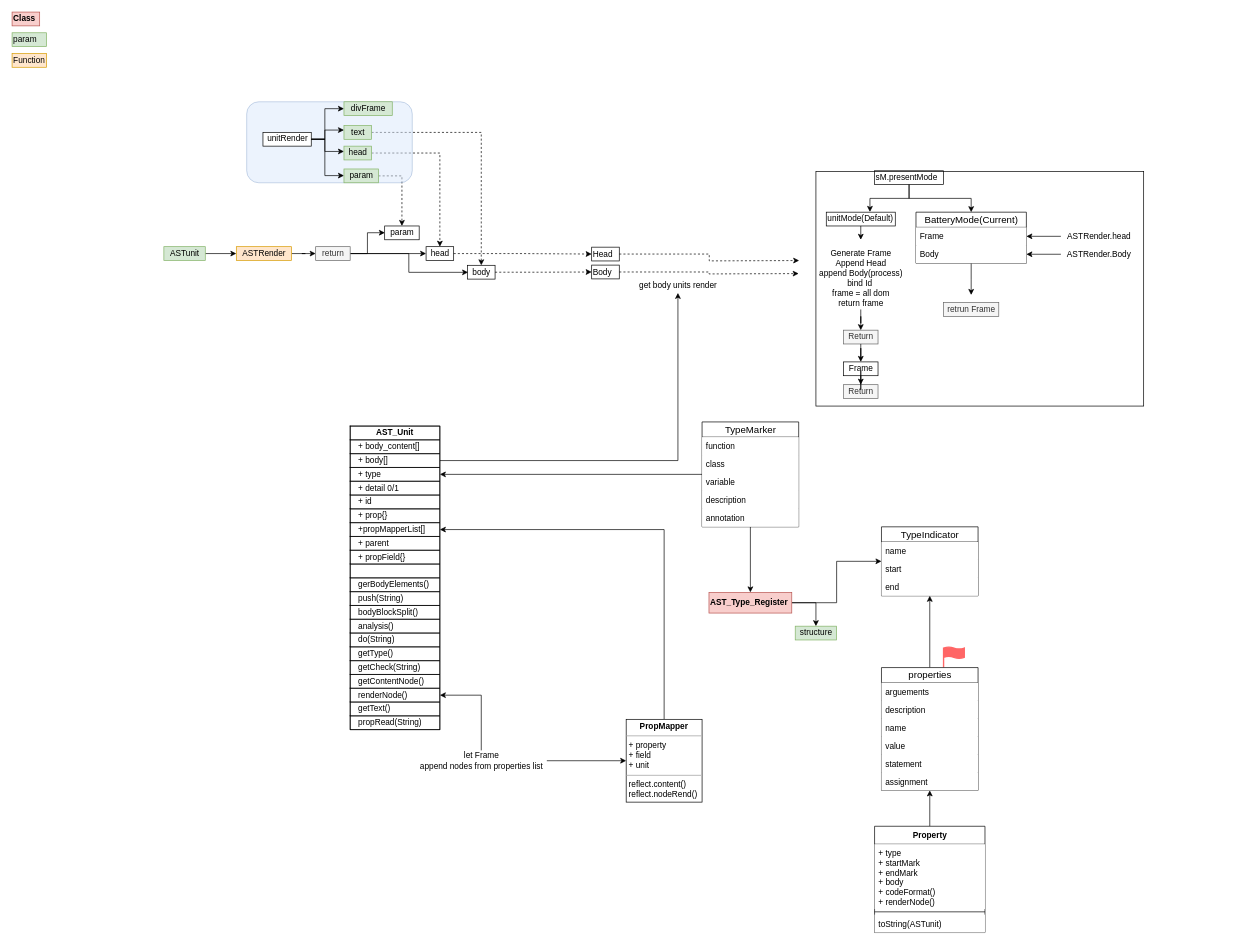
Earlier version of the draw.io diagram Scode.drawio (GitSamson/Scode). Source tidied: cells renumbered, new cells numbered last; positions are measured from the earlier drawing's top-left corner, leaving out a move shared by most shapes. Both pictures are drawn from the tidied source at 69%, with x=0, y=0 at pixel (12, 12).
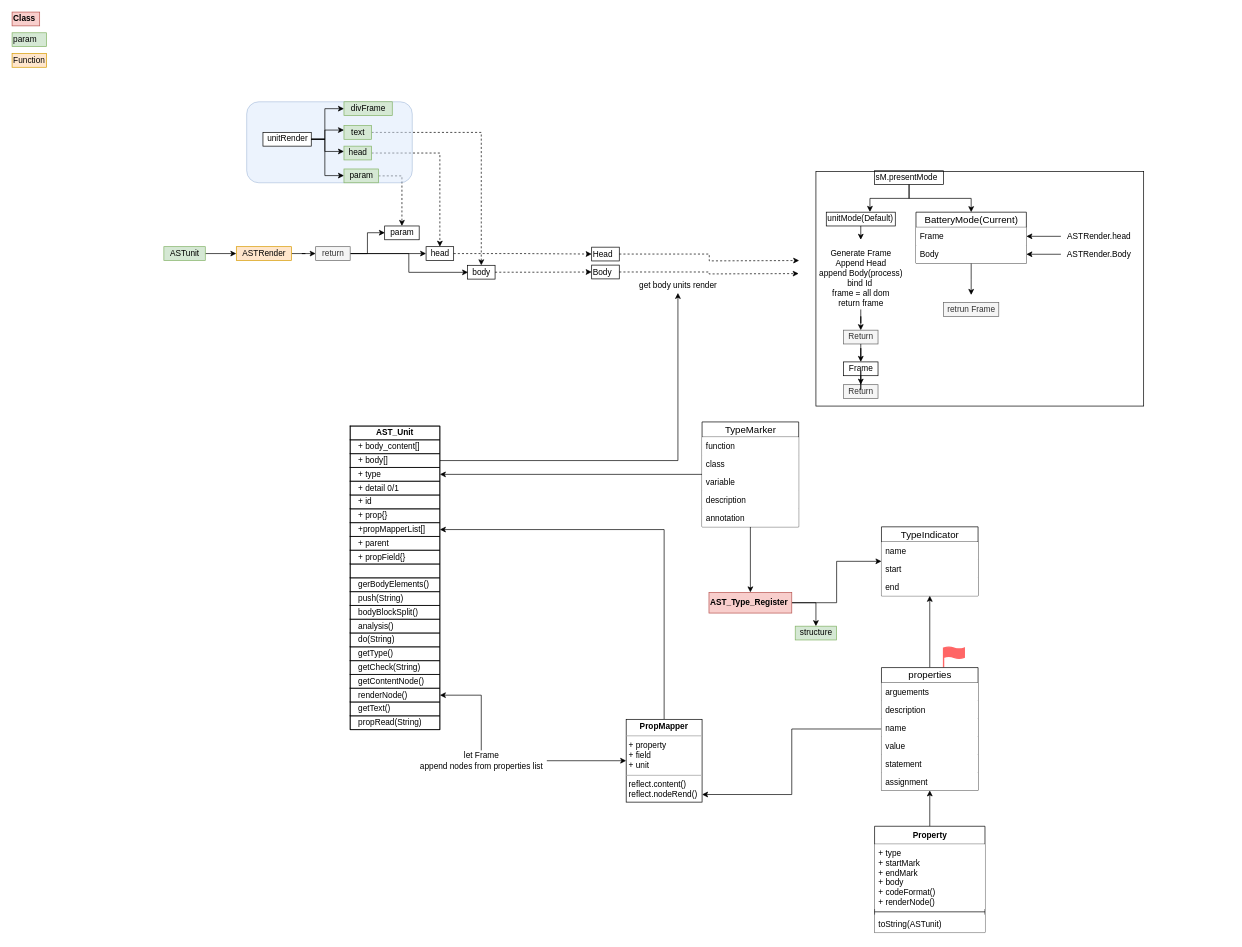
Above is the later version.

The change refers to these unchanged cells:
```xml
<mxCell id="3" value="&lt;p style=&quot;margin: 0px ; margin-top: 4px ; text-align: center&quot;&gt;&lt;b&gt;PropMapper&lt;/b&gt;&lt;/p&gt;&lt;hr size=&quot;1&quot;&gt;&lt;p style=&quot;margin: 0px ; margin-left: 4px&quot;&gt;+ property&lt;/p&gt;&lt;p style=&quot;margin: 0px ; margin-left: 4px&quot;&gt;+ field&lt;/p&gt;&lt;p style=&quot;margin: 0px ; margin-left: 4px&quot;&gt;+ unit&lt;/p&gt;&lt;hr size=&quot;1&quot;&gt;&lt;p style=&quot;margin: 0px ; margin-left: 4px&quot;&gt;reflect.content()&lt;/p&gt;&lt;p style=&quot;margin: 0px ; margin-left: 4px&quot;&gt;reflect.nodeRend()&lt;/p&gt;" style="verticalAlign=top;align=left;overflow=fill;fontSize=12;fontFamily=Helvetica;html=1;rounded=0;fillColor=#ffffff;" parent="1" vertex="1">
  <mxGeometry x="890" y="1025" width="110" height="120" as="geometry" />
</mxCell>
<mxCell id="84" value="properties" style="swimlane;fontStyle=0;horizontal=1;startSize=22;align=center;fontSize=14;rounded=0;html=1;fillColor=#ffffff;" parent="1" vertex="1">
  <mxGeometry x="1260" y="950" width="140" height="178" as="geometry" />
</mxCell>
```

The edit, as a diff of the source:
```diff
@@
+    <mxCell id="141" style="edgeStyle=orthogonalEdgeStyle;rounded=0;jettySize=auto;html=1;entryX=1;entryY=0.908;entryDx=0;entryDy=0;entryPerimeter=0;" parent="1" edge="1" source="84" target="3">
+      <mxGeometry relative="1" as="geometry" />
+    </mxCell>
```
